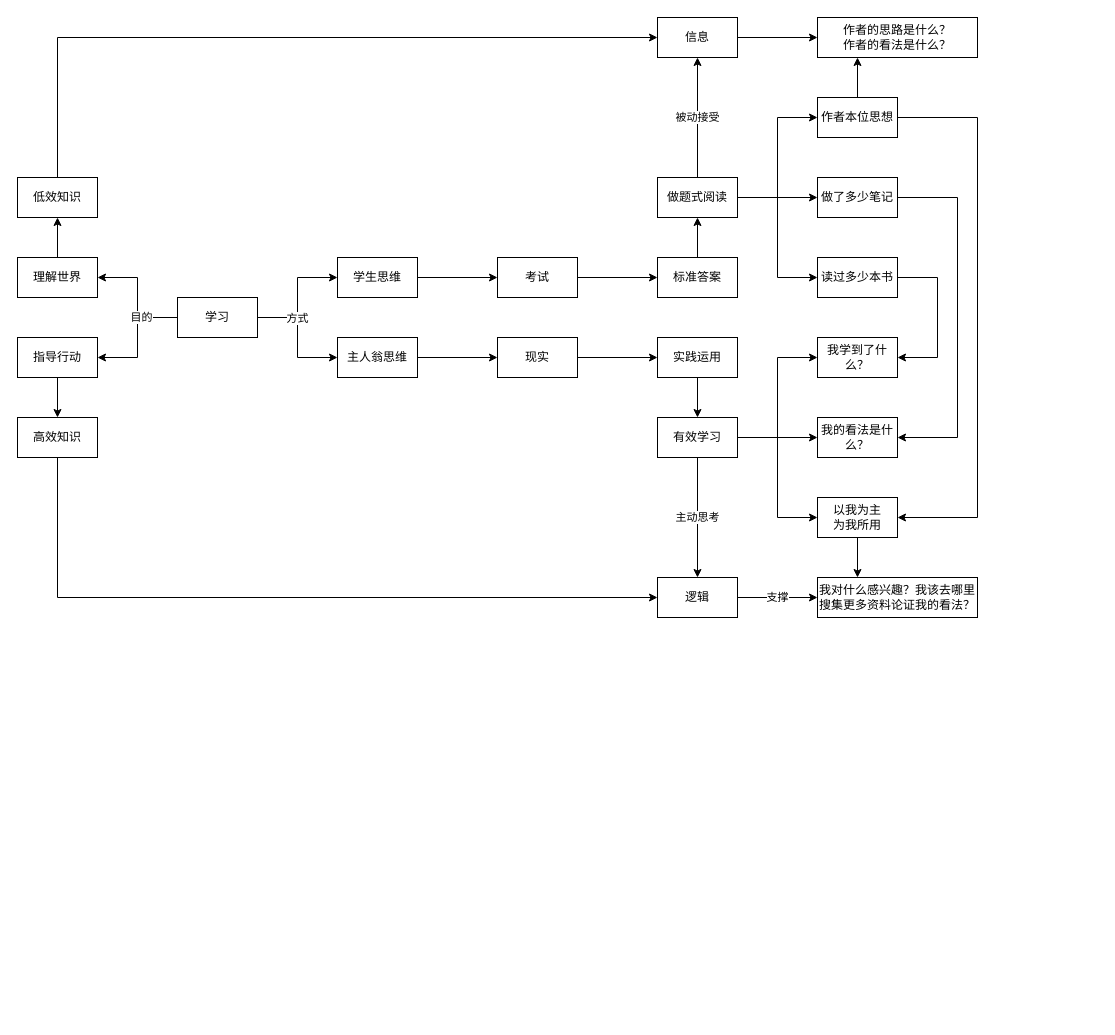
This is 高效学习.drawio from youyusan/open_mind, a draw.io file, before an edit. Source tidied: cells renumbered, new cells numbered last; positions are measured from the earlier drawing's top-left corner, leaving out a move shared by most shapes. Both pictures are drawn from the tidied source at 100%, with x=0, y=0 at pixel (17, 17).
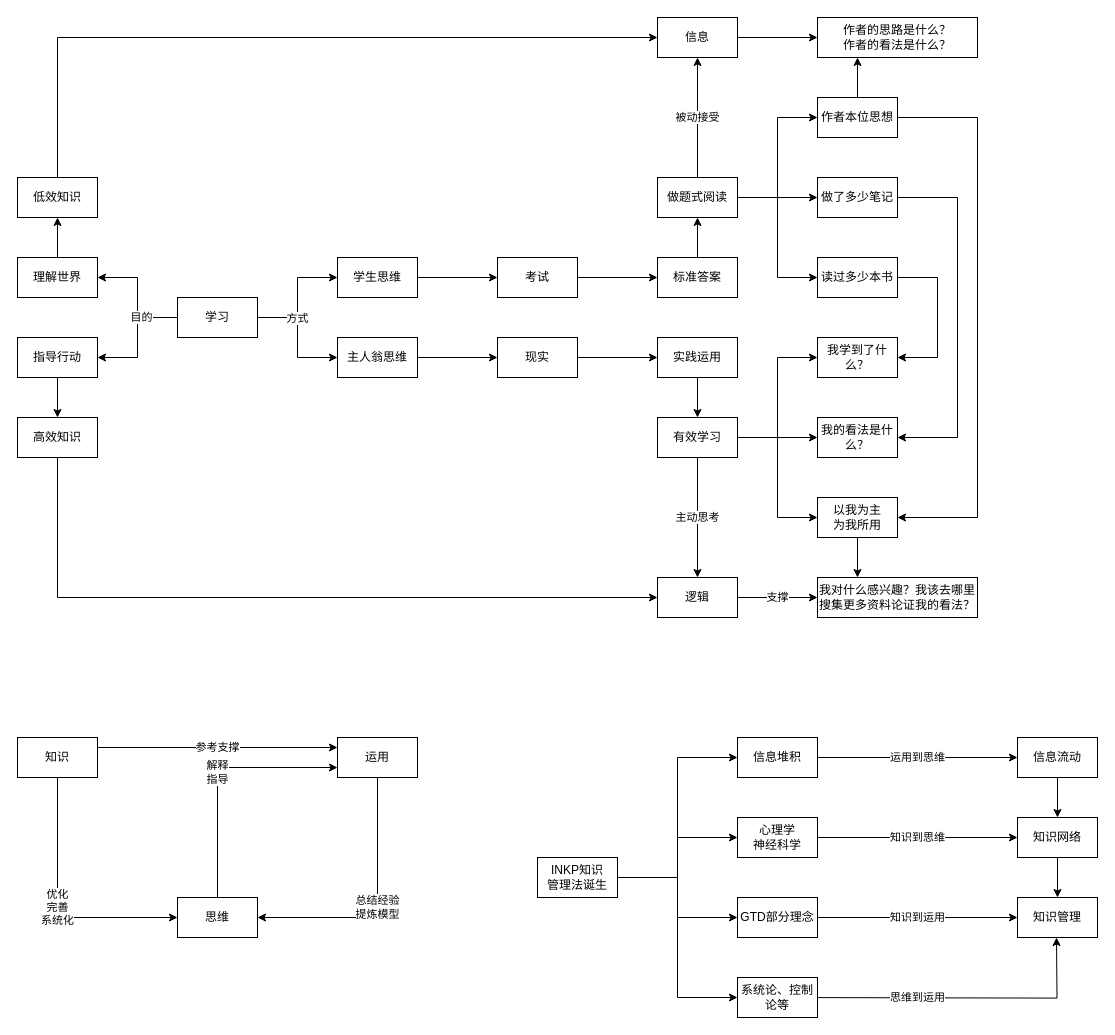
After the change.

Commit message:
更新高效学习.drawio

The edit, as a diff of the source:
```diff
@@
+    <mxCell id="56" value="总结经验&lt;br&gt;提炼模型" style="edgeStyle=orthogonalEdgeStyle;rounded=0;jettySize=auto;html=1;entryX=1;entryY=0.5;entryDx=0;entryDy=0;" parent="1" edge="1" source="57" target="59">
+      <mxGeometry relative="1" as="geometry">
+        <Array as="points">
+          <mxPoint x="360" y="900" />
+        </Array>
+      </mxGeometry>
+    </mxCell>
+    <mxCell id="57" value="运用" style="rounded=0;whiteSpace=wrap;html=1;" parent="1" vertex="1">
+      <mxGeometry x="320" y="720" width="80" height="40" as="geometry" />
+    </mxCell>
+    <mxCell id="58" value="解释&lt;br&gt;指导" style="edgeStyle=orthogonalEdgeStyle;rounded=0;jettySize=auto;html=1;entryX=0;entryY=0.75;entryDx=0;entryDy=0;" parent="1" edge="1" source="59" target="57">
+      <mxGeometry relative="1" as="geometry">
+        <Array as="points">
+          <mxPoint x="200" y="750" />
+        </Array>
+      </mxGeometry>
+    </mxCell>
+    <mxCell id="59" value="思维" style="rounded=0;whiteSpace=wrap;html=1;" parent="1" vertex="1">
+      <mxGeometry x="160" y="880" width="80" height="40" as="geometry" />
+    </mxCell>
+    <mxCell id="60" value="优化&lt;br&gt;完善&lt;br&gt;系统化" style="edgeStyle=orthogonalEdgeStyle;rounded=0;jettySize=auto;html=1;entryX=0;entryY=0.5;entryDx=0;entryDy=0;" parent="1" edge="1" source="62" target="59">
+      <mxGeometry relative="1" as="geometry">
+        <Array as="points">
+          <mxPoint x="40" y="900" />
+        </Array>
+      </mxGeometry>
+    </mxCell>
+    <mxCell id="61" value="参考支撑" style="edgeStyle=orthogonalEdgeStyle;rounded=0;jettySize=auto;html=1;" parent="1" edge="1" source="62" target="57">
+      <mxGeometry relative="1" as="geometry">
+        <Array as="points">
+          <mxPoint x="200" y="730" />
+          <mxPoint x="200" y="730" />
+        </Array>
+      </mxGeometry>
+    </mxCell>
+    <mxCell id="62" value="知识" style="rounded=0;whiteSpace=wrap;html=1;" parent="1" vertex="1">
+      <mxGeometry y="720" width="80" height="40" as="geometry" />
+    </mxCell>
+    <mxCell id="63" style="edgeStyle=orthogonalEdgeStyle;rounded=0;jettySize=auto;html=1;entryX=0;entryY=0.5;entryDx=0;entryDy=0;" parent="1" edge="1" source="67" target="69">
+      <mxGeometry relative="1" as="geometry" />
+    </mxCell>
+    <mxCell id="64" style="edgeStyle=orthogonalEdgeStyle;rounded=0;jettySize=auto;html=1;" parent="1" edge="1" source="67" target="73">
+      <mxGeometry relative="1" as="geometry" />
+    </mxCell>
+    <mxCell id="65" style="edgeStyle=orthogonalEdgeStyle;rounded=0;jettySize=auto;html=1;entryX=0;entryY=0.5;entryDx=0;entryDy=0;" parent="1" edge="1" source="67" target="77">
+      <mxGeometry relative="1" as="geometry" />
+    </mxCell>
+    <mxCell id="66" style="edgeStyle=orthogonalEdgeStyle;rounded=0;jettySize=auto;html=1;entryX=0;entryY=0.5;entryDx=0;entryDy=0;" parent="1" edge="1" source="67" target="80">
+      <mxGeometry relative="1" as="geometry" />
+    </mxCell>
+    <mxCell id="67" value="INKP知识&lt;br&gt;管理法诞生" style="rounded=0;whiteSpace=wrap;html=1;" parent="1" vertex="1">
+      <mxGeometry x="520" y="840" width="80" height="40" as="geometry" />
+    </mxCell>
+    <mxCell id="68" value="运用到思维" style="edgeStyle=orthogonalEdgeStyle;rounded=0;jettySize=auto;html=1;" parent="1" edge="1" source="69" target="71">
+      <mxGeometry relative="1" as="geometry" />
+    </mxCell>
+    <mxCell id="69" value="信息堆积" style="rounded=0;whiteSpace=wrap;html=1;" parent="1" vertex="1">
+      <mxGeometry x="720" y="720" width="80" height="40" as="geometry" />
+    </mxCell>
+    <mxCell id="70" style="edgeStyle=orthogonalEdgeStyle;rounded=0;jettySize=auto;html=1;" parent="1" edge="1" source="71" target="75">
+      <mxGeometry relative="1" as="geometry" />
+    </mxCell>
+    <mxCell id="71" value="信息流动" style="rounded=0;whiteSpace=wrap;html=1;" parent="1" vertex="1">
+      <mxGeometry x="1000" y="720" width="80" height="40" as="geometry" />
+    </mxCell>
+    <mxCell id="72" value="知识到思维" style="edgeStyle=orthogonalEdgeStyle;rounded=0;jettySize=auto;html=1;" parent="1" edge="1" source="73" target="75">
+      <mxGeometry relative="1" as="geometry" />
+    </mxCell>
+    <mxCell id="73" value="心理学&lt;br&gt;神经科学" style="rounded=0;whiteSpace=wrap;html=1;" parent="1" vertex="1">
+      <mxGeometry x="720" y="800" width="80" height="40" as="geometry" />
+    </mxCell>
+    <mxCell id="74" style="edgeStyle=orthogonalEdgeStyle;rounded=0;jettySize=auto;html=1;entryX=0.5;entryY=0;entryDx=0;entryDy=0;" parent="1" edge="1" source="75" target="78">
+      <mxGeometry relative="1" as="geometry" />
+    </mxCell>
+    <mxCell id="75" value="知识网络" style="rounded=0;whiteSpace=wrap;html=1;" parent="1" vertex="1">
+      <mxGeometry x="1000" y="800" width="80" height="40" as="geometry" />
+    </mxCell>
+    <mxCell id="76" value="知识到运用" style="edgeStyle=orthogonalEdgeStyle;rounded=0;jettySize=auto;html=1;" parent="1" edge="1" source="77" target="78">
+      <mxGeometry relative="1" as="geometry" />
+    </mxCell>
+    <mxCell id="77" value="GTD部分理念" style="rounded=0;whiteSpace=wrap;html=1;" parent="1" vertex="1">
+      <mxGeometry x="720" y="880" width="80" height="40" as="geometry" />
+    </mxCell>
+    <mxCell id="78" value="知识管理" style="rounded=0;whiteSpace=wrap;html=1;" parent="1" vertex="1">
+      <mxGeometry x="1000" y="880" width="80" height="40" as="geometry" />
+    </mxCell>
+    <mxCell id="79" value="&lt;span style=&quot;color: rgb(0, 0, 0); font-family: Helvetica; font-size: 11px; font-style: normal; font-variant-ligatures: normal; font-variant-caps: normal; font-weight: 400; letter-spacing: normal; orphans: 2; text-align: center; text-indent: 0px; text-transform: none; widows: 2; word-spacing: 0px; -webkit-text-stroke-width: 0px; white-space: nowrap; background-color: rgb(255, 255, 255); text-decoration-thickness: initial; text-decoration-style: initial; text-decoration-color: initial; display: inline !important; float: none;&quot;&gt;思维到运用&lt;/span&gt;" style="edgeStyle=orthogonalEdgeStyle;rounded=0;orthogonalLoop=1;jettySize=auto;html=1;entryX=0.5;entryY=1;entryDx=0;entryDy=0;" parent="1" edge="1">
+      <mxGeometry x="-0.33" relative="1" as="geometry">
+        <mxPoint x="799" y="980.1" as="sourcePoint" />
+        <mxPoint x="1039" y="920" as="targetPoint" />
+      </mxGeometry>
+    </mxCell>
+    <mxCell id="80" value="系统论、控制论等" style="rounded=0;whiteSpace=wrap;html=1;" parent="1" vertex="1">
+      <mxGeometry x="720" y="960" width="80" height="40" as="geometry" />
+    </mxCell>
```
